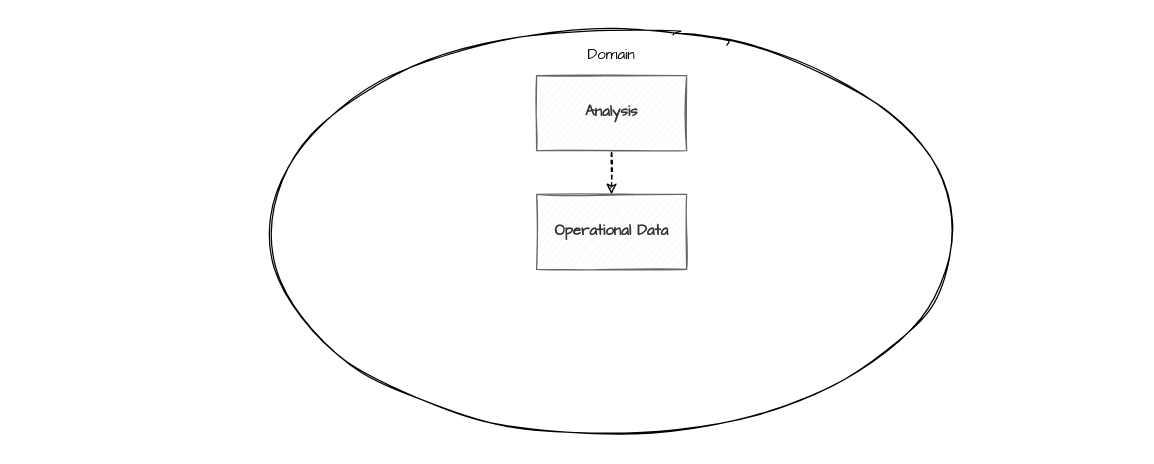
datamesh-architecture/datamesh-architecture.com keeps this draw.io diagram as diagrams/domainteamjourney_level1.drawio. Above is the earlier version. Source tidied: cells renumbered, new cells numbered last; positions are measured from the earlier drawing's top-left corner, leaving out a move shared by most shapes. Both pictures are drawn from the tidied source at 125%, with x=0, y=0 at pixel (21, 21).
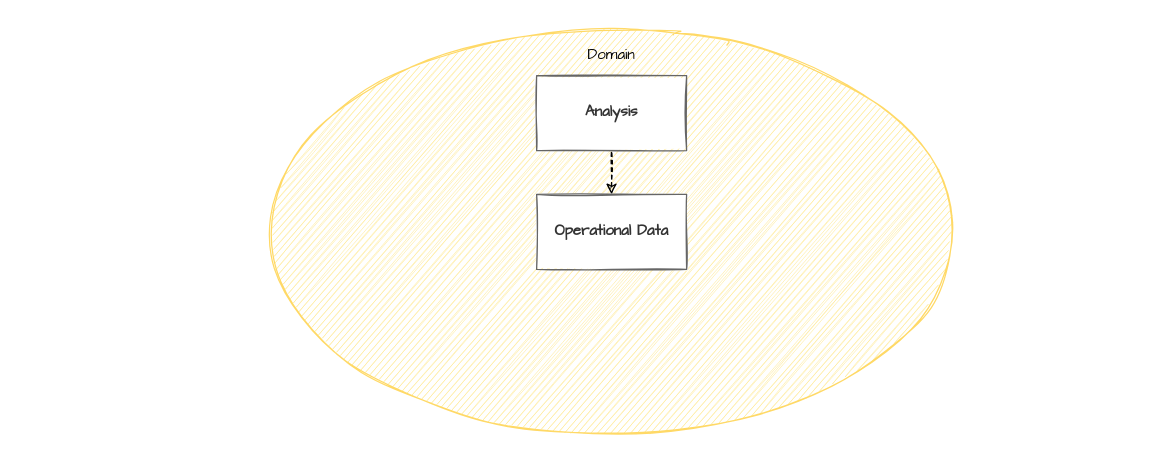
After the change.

The edit, as a diff of the source:
```diff
@@
 <mxGraphModel>
   <root>
     <mxCell id="0" />
     <mxCell id="1" parent="0" />
     <mxCell id="2" style="rounded=0;whiteSpace=wrap;html=1;fillColor=none;strokeColor=none;sketch=1;fontFamily=Architects Daughter;" parent="1" vertex="1">
       <mxGeometry width="889" height="337" as="geometry" />
     </mxCell>
-    <mxCell id="3" value="Domain" style="ellipse;whiteSpace=wrap;html=1;verticalAlign=top;sketch=1;fontFamily=Architects Daughter;" parent="1" vertex="1">
+    <mxCell id="3" value="Domain" style="ellipse;whiteSpace=wrap;html=1;verticalAlign=top;sketch=1;fontFamily=Architects Daughter;strokeColor=#FFD966;fillColor=#FFEB99;" parent="1" vertex="1">
       <mxGeometry x="184" y="13" width="575.5" height="310" as="geometry" />
     </mxCell>
     <mxCell id="4" style="edgeStyle=orthogonalEdgeStyle;rounded=0;jettySize=auto;html=1;startArrow=classic;startFill=1;endArrow=none;endFill=0;dashed=1;exitX=0.5;exitY=0;exitDx=0;exitDy=0;entryX=0.5;entryY=1;entryDx=0;entryDy=0;sketch=1;fontFamily=Architects Daughter;" parent="1" edge="1" source="6" target="5">
       <mxGeometry relative="1" as="geometry" />
     </mxCell>
-    <mxCell id="5" value="Analysis" style="rounded=0;whiteSpace=wrap;html=1;fillColor=#f5f5f5;fontColor=#333333;strokeColor=#666666;fontStyle=1;sketch=1;fontFamily=Architects Daughter;" parent="1" vertex="1">
+    <mxCell id="5" value="Analysis" style="rounded=0;whiteSpace=wrap;html=1;fillColor=#FFFFFF;fontColor=#333333;strokeColor=#666666;fontStyle=1;sketch=1;fontFamily=Architects Daughter;fillStyle=solid;" parent="1" vertex="1">
       <mxGeometry x="411.8" y="43" width="120" height="60" as="geometry" />
     </mxCell>
-    <mxCell id="6" value="Operational Data" style="rounded=0;whiteSpace=wrap;html=1;fillColor=#f5f5f5;fontColor=#333333;strokeColor=#666666;fontStyle=1;sketch=1;fontFamily=Architects Daughter;" parent="1" vertex="1">
+    <mxCell id="6" value="Operational Data" style="rounded=0;whiteSpace=wrap;html=1;fillColor=#FFFFFF;fontColor=#333333;strokeColor=#666666;fontStyle=1;sketch=1;fontFamily=Architects Daughter;fillStyle=solid;" parent="1" vertex="1">
       <mxGeometry x="411.8" y="138" width="120" height="60" as="geometry" />
     </mxCell>
   </root>
 </mxGraphModel>
```
